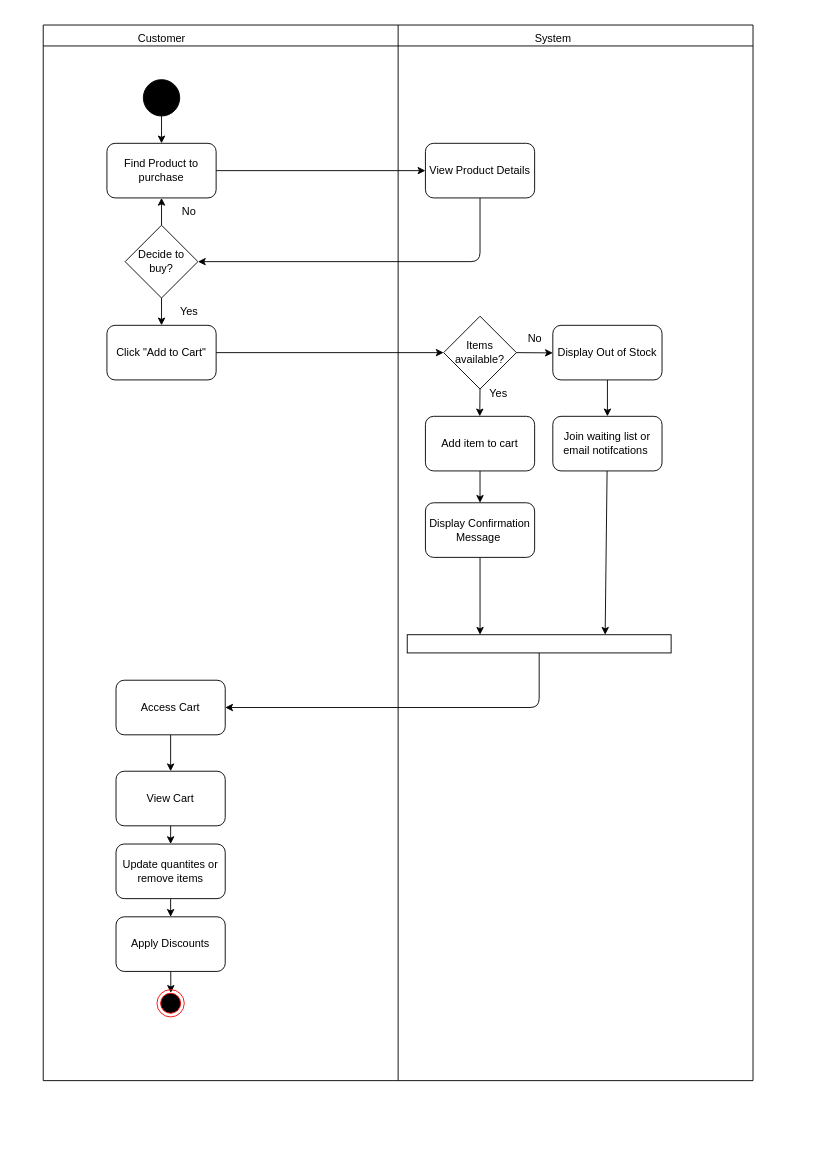
Above: proposal/submission/sec02/Allen/UC005/activity diagram.drawio in drshahizan/software-engineering (draw.io), before the change. Source tidied: cells renumbered, new cells numbered last; positions are measured from the earlier drawing's top-left corner, leaving out a move shared by most shapes. Both pictures are drawn from the tidied source at 91%, with x=0, y=0 at pixel (43, 25).
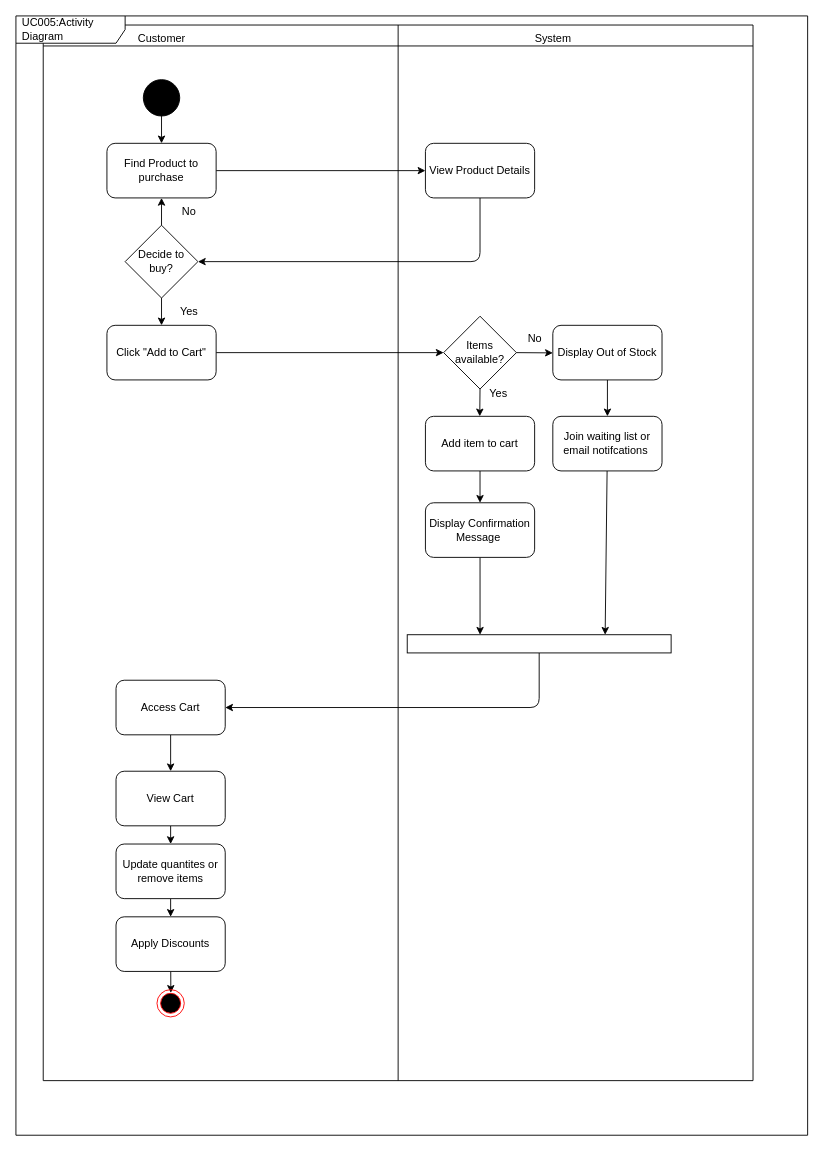
After the change.

Diff of the diagram source:
```diff
@@
+    <mxCell id="44" value="UC005:Activity Diagram" style="shape=umlFrame;whiteSpace=wrap;html=1;width=120;height=30;boundedLbl=1;verticalAlign=middle;align=left;spacingLeft=5;" parent="1" vertex="1">
+      <mxGeometry x="-30" y="-10" width="870" height="1230" as="geometry" />
+    </mxCell>
```
